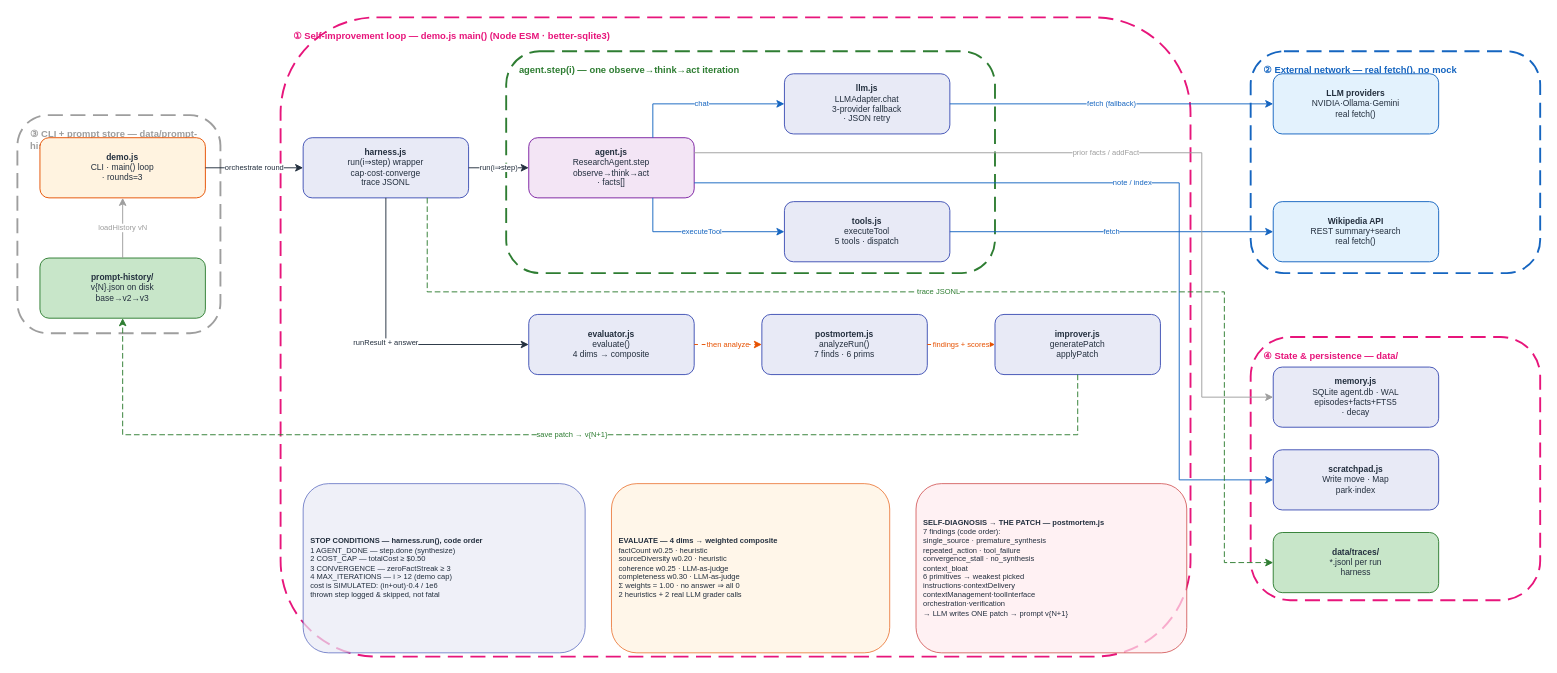
Earlier version of the draw.io diagram docs/diagrams/self_improving_v1/HOA_SelfImproving_v1.drawio (gmaheshraju/Hands-on-AgenticAI). Source tidied: cells renumbered, new cells numbered last; positions are measured from the earlier drawing's top-left corner, leaving out a move shared by most shapes. Both pictures are drawn from the tidied source at 94%, with x=0, y=0 at pixel (17, 17).
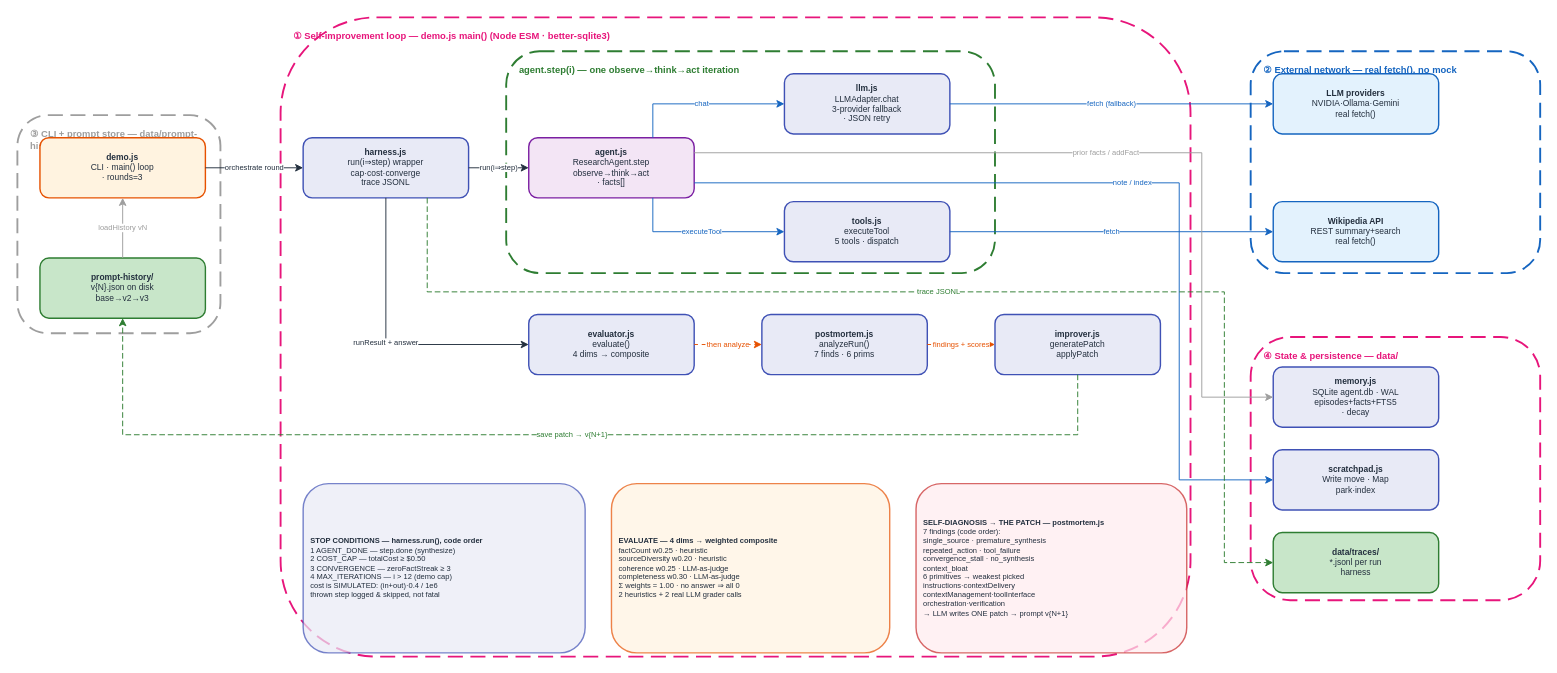
Above is the later version.

What changed in the source:
```diff
@@
-    <mxCell id="12" value="&lt;b&gt;demo.js&lt;/b&gt;&lt;br&gt;CLI · main() loop&lt;br&gt; · rounds=3" style="rounded=1;fillColor=#FFF3E0;strokeColor=#E65100;fontSize=9;fontColor=#232F3E;html=1;whiteSpace=wrap;align=center;" parent="1" vertex="1">
+    <mxCell id="12" value="&lt;b&gt;demo.js&lt;/b&gt;&lt;br&gt;CLI · main() loop&lt;br&gt; · rounds=3" style="rounded=1;fillColor=#FFF3E0;strokeColor=#E65100;strokeWidth=1.5;fontSize=9;fontColor=#232F3E;html=1;whiteSpace=wrap;align=center;" parent="1" vertex="1">
       <mxGeometry x="24" y="128" width="176" height="64" as="geometry" />
     </mxCell>
-    <mxCell id="13" value="&lt;b&gt;prompt-history/&lt;/b&gt;&lt;br&gt;v{N}.json on disk&lt;br&gt;base→v2→v3" style="rounded=1;fillColor=#C8E6C9;strokeColor=#2E7D32;fontSize=9;fontColor=#232F3E;html=1;whiteSpace=wrap;align=center;" parent="1" vertex="1">
+    <mxCell id="13" value="&lt;b&gt;prompt-history/&lt;/b&gt;&lt;br&gt;v{N}.json on disk&lt;br&gt;base→v2→v3" style="rounded=1;fillColor=#C8E6C9;strokeColor=#2E7D32;strokeWidth=1.5;fontSize=9;fontColor=#232F3E;html=1;whiteSpace=wrap;align=center;" parent="1" vertex="1">
       <mxGeometry x="24" y="256" width="176" height="64" as="geometry" />
     </mxCell>
-    <mxCell id="14" value="&lt;b&gt;harness.js&lt;/b&gt;&lt;br&gt;run(i⇒step) wrapper&lt;br&gt;cap·cost·converge&lt;br&gt;trace JSONL" style="rounded=1;fillColor=#E8EAF6;strokeColor=#3F51B5;fontSize=9;fontColor=#232F3E;html=1;whiteSpace=wrap;align=center;" parent="1" vertex="1">
+    <mxCell id="14" value="&lt;b&gt;harness.js&lt;/b&gt;&lt;br&gt;run(i⇒step) wrapper&lt;br&gt;cap·cost·converge&lt;br&gt;trace JSONL" style="rounded=1;fillColor=#E8EAF6;strokeColor=#3F51B5;strokeWidth=1.5;fontSize=9;fontColor=#232F3E;html=1;whiteSpace=wrap;align=center;" parent="1" vertex="1">
       <mxGeometry x="304" y="128" width="176" height="64" as="geometry" />
     </mxCell>
-    <mxCell id="15" value="&lt;b&gt;agent.js&lt;/b&gt;&lt;br&gt;ResearchAgent.step&lt;br&gt;observe→think→act&lt;br&gt; · facts[]" style="rounded=1;fillColor=#F3E5F5;strokeColor=#7B1FA2;fontSize=9;fontColor=#232F3E;html=1;whiteSpace=wrap;align=center;" parent="1" vertex="1">
+    <mxCell id="15" value="&lt;b&gt;agent.js&lt;/b&gt;&lt;br&gt;ResearchAgent.step&lt;br&gt;observe→think→act&lt;br&gt; · facts[]" style="rounded=1;fillColor=#F3E5F5;strokeColor=#7B1FA2;strokeWidth=1.5;fontSize=9;fontColor=#232F3E;html=1;whiteSpace=wrap;align=center;" parent="1" vertex="1">
       <mxGeometry x="544" y="128" width="176" height="64" as="geometry" />
     </mxCell>
-    <mxCell id="16" value="&lt;b&gt;llm.js&lt;/b&gt;&lt;br&gt;LLMAdapter.chat&lt;br&gt;3-provider fallback&lt;br&gt; · JSON retry" style="rounded=1;fillColor=#E8EAF6;strokeColor=#3F51B5;fontSize=9;fontColor=#232F3E;html=1;whiteSpace=wrap;align=center;" parent="1" vertex="1">
+    <mxCell id="16" value="&lt;b&gt;llm.js&lt;/b&gt;&lt;br&gt;LLMAdapter.chat&lt;br&gt;3-provider fallback&lt;br&gt; · JSON retry" style="rounded=1;fillColor=#E8EAF6;strokeColor=#3F51B5;strokeWidth=1.5;fontSize=9;fontColor=#232F3E;html=1;whiteSpace=wrap;align=center;" parent="1" vertex="1">
       <mxGeometry x="816" y="60" width="176" height="64" as="geometry" />
     </mxCell>
-    <mxCell id="17" value="&lt;b&gt;tools.js&lt;/b&gt;&lt;br&gt;executeTool&lt;br&gt;5 tools · dispatch" style="rounded=1;fillColor=#E8EAF6;strokeColor=#3F51B5;fontSize=9;fontColor=#232F3E;html=1;whiteSpace=wrap;align=center;" parent="1" vertex="1">
+    <mxCell id="17" value="&lt;b&gt;tools.js&lt;/b&gt;&lt;br&gt;executeTool&lt;br&gt;5 tools · dispatch" style="rounded=1;fillColor=#E8EAF6;strokeColor=#3F51B5;strokeWidth=1.5;fontSize=9;fontColor=#232F3E;html=1;whiteSpace=wrap;align=center;" parent="1" vertex="1">
       <mxGeometry x="816" y="196" width="176" height="64" as="geometry" />
     </mxCell>
-    <mxCell id="18" value="&lt;b&gt;LLM providers&lt;/b&gt;&lt;br&gt;NVIDIA·Ollama·Gemini&lt;br&gt;real fetch()" style="rounded=1;fillColor=#E3F2FD;strokeColor=#1565C0;fontSize=9;fontColor=#232F3E;html=1;whiteSpace=wrap;align=center;" parent="1" vertex="1">
+    <mxCell id="18" value="&lt;b&gt;LLM providers&lt;/b&gt;&lt;br&gt;NVIDIA·Ollama·Gemini&lt;br&gt;real fetch()" style="rounded=1;fillColor=#E3F2FD;strokeColor=#1565C0;strokeWidth=1.5;fontSize=9;fontColor=#232F3E;html=1;whiteSpace=wrap;align=center;" parent="1" vertex="1">
       <mxGeometry x="1336" y="60" width="176" height="64" as="geometry" />
     </mxCell>
-    <mxCell id="19" value="&lt;b&gt;Wikipedia API&lt;/b&gt;&lt;br&gt;REST summary+search&lt;br&gt;real fetch()" style="rounded=1;fillColor=#E3F2FD;strokeColor=#1565C0;fontSize=9;fontColor=#232F3E;html=1;whiteSpace=wrap;align=center;" parent="1" vertex="1">
+    <mxCell id="19" value="&lt;b&gt;Wikipedia API&lt;/b&gt;&lt;br&gt;REST summary+search&lt;br&gt;real fetch()" style="rounded=1;fillColor=#E3F2FD;strokeColor=#1565C0;strokeWidth=1.5;fontSize=9;fontColor=#232F3E;html=1;whiteSpace=wrap;align=center;" parent="1" vertex="1">
       <mxGeometry x="1336" y="196" width="176" height="64" as="geometry" />
     </mxCell>
-    <mxCell id="20" value="&lt;b&gt;evaluator.js&lt;/b&gt;&lt;br&gt;evaluate()&lt;br&gt;4 dims → composite" style="rounded=1;fillColor=#E8EAF6;strokeColor=#3F51B5;fontSize=9;fontColor=#232F3E;html=1;whiteSpace=wrap;align=center;" parent="1" vertex="1">
+    <mxCell id="20" value="&lt;b&gt;evaluator.js&lt;/b&gt;&lt;br&gt;evaluate()&lt;br&gt;4 dims → composite" style="rounded=1;fillColor=#E8EAF6;strokeColor=#3F51B5;strokeWidth=1.5;fontSize=9;fontColor=#232F3E;html=1;whiteSpace=wrap;align=center;" parent="1" vertex="1">
       <mxGeometry x="544" y="316" width="176" height="64" as="geometry" />
     </mxCell>
-    <mxCell id="21" value="&lt;b&gt;postmortem.js&lt;/b&gt;&lt;br&gt;analyzeRun()&lt;br&gt;7 finds · 6 prims" style="rounded=1;fillColor=#E8EAF6;strokeColor=#3F51B5;fontSize=9;fontColor=#232F3E;html=1;whiteSpace=wrap;align=center;" parent="1" vertex="1">
+    <mxCell id="21" value="&lt;b&gt;postmortem.js&lt;/b&gt;&lt;br&gt;analyzeRun()&lt;br&gt;7 finds · 6 prims" style="rounded=1;fillColor=#E8EAF6;strokeColor=#3F51B5;strokeWidth=1.5;fontSize=9;fontColor=#232F3E;html=1;whiteSpace=wrap;align=center;" parent="1" vertex="1">
       <mxGeometry x="792" y="316" width="176" height="64" as="geometry" />
     </mxCell>
-    <mxCell id="22" value="&lt;b&gt;improver.js&lt;/b&gt;&lt;br&gt;generatePatch&lt;br&gt;applyPatch" style="rounded=1;fillColor=#E8EAF6;strokeColor=#3F51B5;fontSize=9;fontColor=#232F3E;html=1;whiteSpace=wrap;align=center;" parent="1" vertex="1">
+    <mxCell id="22" value="&lt;b&gt;improver.js&lt;/b&gt;&lt;br&gt;generatePatch&lt;br&gt;applyPatch" style="rounded=1;fillColor=#E8EAF6;strokeColor=#3F51B5;strokeWidth=1.5;fontSize=9;fontColor=#232F3E;html=1;whiteSpace=wrap;align=center;" parent="1" vertex="1">
       <mxGeometry x="1040" y="316" width="176" height="64" as="geometry" />
     </mxCell>
-    <mxCell id="23" value="&lt;b&gt;memory.js&lt;/b&gt;&lt;br&gt;SQLite agent.db · WAL&lt;br&gt;episodes+facts+FTS5&lt;br&gt; · decay" style="rounded=1;fillColor=#E8EAF6;strokeColor=#3F51B5;fontSize=9;fontColor=#232F3E;html=1;whiteSpace=wrap;align=center;" parent="1" vertex="1">
+    <mxCell id="23" value="&lt;b&gt;memory.js&lt;/b&gt;&lt;br&gt;SQLite agent.db · WAL&lt;br&gt;episodes+facts+FTS5&lt;br&gt; · decay" style="rounded=1;fillColor=#E8EAF6;strokeColor=#3F51B5;strokeWidth=1.5;fontSize=9;fontColor=#232F3E;html=1;whiteSpace=wrap;align=center;" parent="1" vertex="1">
       <mxGeometry x="1336" y="372" width="176" height="64" as="geometry" />
     </mxCell>
-    <mxCell id="24" value="&lt;b&gt;scratchpad.js&lt;/b&gt;&lt;br&gt;Write move · Map&lt;br&gt;park·index" style="rounded=1;fillColor=#E8EAF6;strokeColor=#3F51B5;fontSize=9;fontColor=#232F3E;html=1;whiteSpace=wrap;align=center;" parent="1" vertex="1">
+    <mxCell id="24" value="&lt;b&gt;scratchpad.js&lt;/b&gt;&lt;br&gt;Write move · Map&lt;br&gt;park·index" style="rounded=1;fillColor=#E8EAF6;strokeColor=#3F51B5;strokeWidth=1.5;fontSize=9;fontColor=#232F3E;html=1;whiteSpace=wrap;align=center;" parent="1" vertex="1">
       <mxGeometry x="1336" y="460" width="176" height="64" as="geometry" />
     </mxCell>
-    <mxCell id="25" value="&lt;b&gt;data/traces/&lt;/b&gt;&lt;br&gt;*.jsonl per run&lt;br&gt;harness" style="rounded=1;fillColor=#C8E6C9;strokeColor=#2E7D32;fontSize=9;fontColor=#232F3E;html=1;whiteSpace=wrap;align=center;" parent="1" vertex="1">
+    <mxCell id="25" value="&lt;b&gt;data/traces/&lt;/b&gt;&lt;br&gt;*.jsonl per run&lt;br&gt;harness" style="rounded=1;fillColor=#C8E6C9;strokeColor=#2E7D32;strokeWidth=1.5;fontSize=9;fontColor=#232F3E;html=1;whiteSpace=wrap;align=center;" parent="1" vertex="1">
       <mxGeometry x="1336" y="548" width="176" height="64" as="geometry" />
     </mxCell>
-    <mxCell id="26" value="&lt;b&gt;STOP CONDITIONS — harness.run(), code order&lt;/b&gt;&lt;br&gt;1 AGENT_DONE — step.done (synthesize)&lt;br&gt;2 COST_CAP — totalCost ≥ $0.50&lt;br&gt;3 CONVERGENCE — zeroFactStreak ≥ 3&lt;br&gt;4 MAX_ITERATIONS — i &amp;gt; 12 (demo cap)&lt;br&gt;cost is SIMULATED: (in+out)·0.4 / 1e6&lt;br&gt;thrown step logged &amp;amp; skipped, not fatal" style="rounded=1;fillColor=#E8EAF6;strokeColor=#3F51B5;fontSize=8;fontColor=#232F3E;html=1;whiteSpace=wrap;align=left;spacingLeft=6;opacity=70;" parent="1" vertex="1">
+    <mxCell id="26" value="&lt;b&gt;STOP CONDITIONS — harness.run(), code order&lt;/b&gt;&lt;br&gt;1 AGENT_DONE — step.done (synthesize)&lt;br&gt;2 COST_CAP — totalCost ≥ $0.50&lt;br&gt;3 CONVERGENCE — zeroFactStreak ≥ 3&lt;br&gt;4 MAX_ITERATIONS — i &amp;gt; 12 (demo cap)&lt;br&gt;cost is SIMULATED: (in+out)·0.4 / 1e6&lt;br&gt;thrown step logged &amp;amp; skipped, not fatal" style="rounded=1;fillColor=#E8EAF6;strokeColor=#3F51B5;strokeWidth=1.5;fontSize=8;fontColor=#232F3E;html=1;whiteSpace=wrap;align=left;spacingLeft=6;opacity=70;" parent="1" vertex="1">
       <mxGeometry x="304" y="496" width="300" height="180" as="geometry" />
     </mxCell>
-    <mxCell id="27" value="&lt;b&gt;EVALUATE — 4 dims → weighted composite&lt;/b&gt;&lt;br&gt;factCount w0.25 · heuristic&lt;br&gt;sourceDiversity w0.20 · heuristic&lt;br&gt;coherence w0.25 · LLM-as-judge&lt;br&gt;completeness w0.30 · LLM-as-judge&lt;br&gt;Σ weights = 1.00 · no answer ⇒ all 0&lt;br&gt;2 heuristics + 2 real LLM grader calls" style="rounded=1;fillColor=#FFF3E0;strokeColor=#E65100;fontSize=8;fontColor=#232F3E;html=1;whiteSpace=wrap;align=left;spacingLeft=6;opacity=70;" parent="1" vertex="1">
+    <mxCell id="27" value="&lt;b&gt;EVALUATE — 4 dims → weighted composite&lt;/b&gt;&lt;br&gt;factCount w0.25 · heuristic&lt;br&gt;sourceDiversity w0.20 · heuristic&lt;br&gt;coherence w0.25 · LLM-as-judge&lt;br&gt;completeness w0.30 · LLM-as-judge&lt;br&gt;Σ weights = 1.00 · no answer ⇒ all 0&lt;br&gt;2 heuristics + 2 real LLM grader calls" style="rounded=1;fillColor=#FFF3E0;strokeColor=#E65100;strokeWidth=1.5;fontSize=8;fontColor=#232F3E;html=1;whiteSpace=wrap;align=left;spacingLeft=6;opacity=70;" parent="1" vertex="1">
       <mxGeometry x="632" y="496" width="296" height="180" as="geometry" />
     </mxCell>
-    <mxCell id="28" value="&lt;b&gt;SELF-DIAGNOSIS → THE PATCH — postmortem.js&lt;/b&gt;&lt;br&gt;7 findings (code order):&lt;br&gt;single_source · premature_synthesis&lt;br&gt;repeated_action · tool_failure&lt;br&gt;convergence_stall · no_synthesis&lt;br&gt;context_bloat&lt;br&gt;6 primitives → weakest picked&lt;br&gt;instructions·contextDelivery&lt;br&gt;contextManagement·toolInterface&lt;br&gt;orchestration·verification&lt;br&gt;→ LLM writes ONE patch → prompt v{N+1}" style="rounded=1;fillColor=#FFEBEE;strokeColor=#C62828;fontSize=8;fontColor=#232F3E;html=1;whiteSpace=wrap;align=left;spacingLeft=6;opacity=70;" parent="1" vertex="1">
+    <mxCell id="28" value="&lt;b&gt;SELF-DIAGNOSIS → THE PATCH — postmortem.js&lt;/b&gt;&lt;br&gt;7 findings (code order):&lt;br&gt;single_source · premature_synthesis&lt;br&gt;repeated_action · tool_failure&lt;br&gt;convergence_stall · no_synthesis&lt;br&gt;context_bloat&lt;br&gt;6 primitives → weakest picked&lt;br&gt;instructions·contextDelivery&lt;br&gt;contextManagement·toolInterface&lt;br&gt;orchestration·verification&lt;br&gt;→ LLM writes ONE patch → prompt v{N+1}" style="rounded=1;fillColor=#FFEBEE;strokeColor=#C62828;strokeWidth=1.5;fontSize=8;fontColor=#232F3E;html=1;whiteSpace=wrap;align=left;spacingLeft=6;opacity=70;" parent="1" vertex="1">
       <mxGeometry x="956" y="496" width="288" height="180" as="geometry" />
     </mxCell>
```
